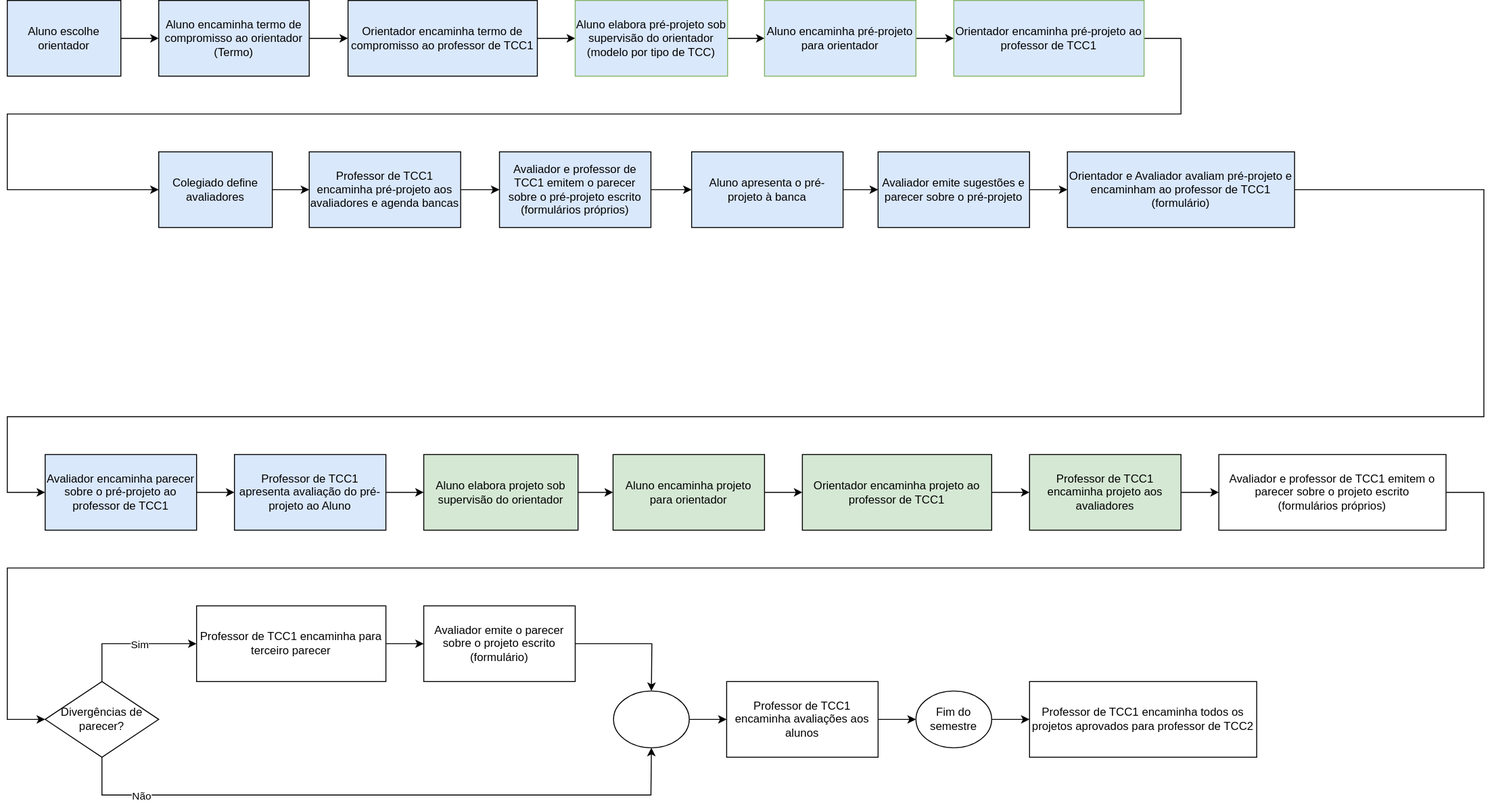
Before: _BCC/Cronogramas/cronogramaFluxograma.drawio.svg, a diagram exported from draw.io (dalton-reis/disciplina_TCC1_Privado). Source tidied: cells renumbered, new cells last; positions are measured from the earlier drawing's top-left corner, leaving out a move shared by most shapes.
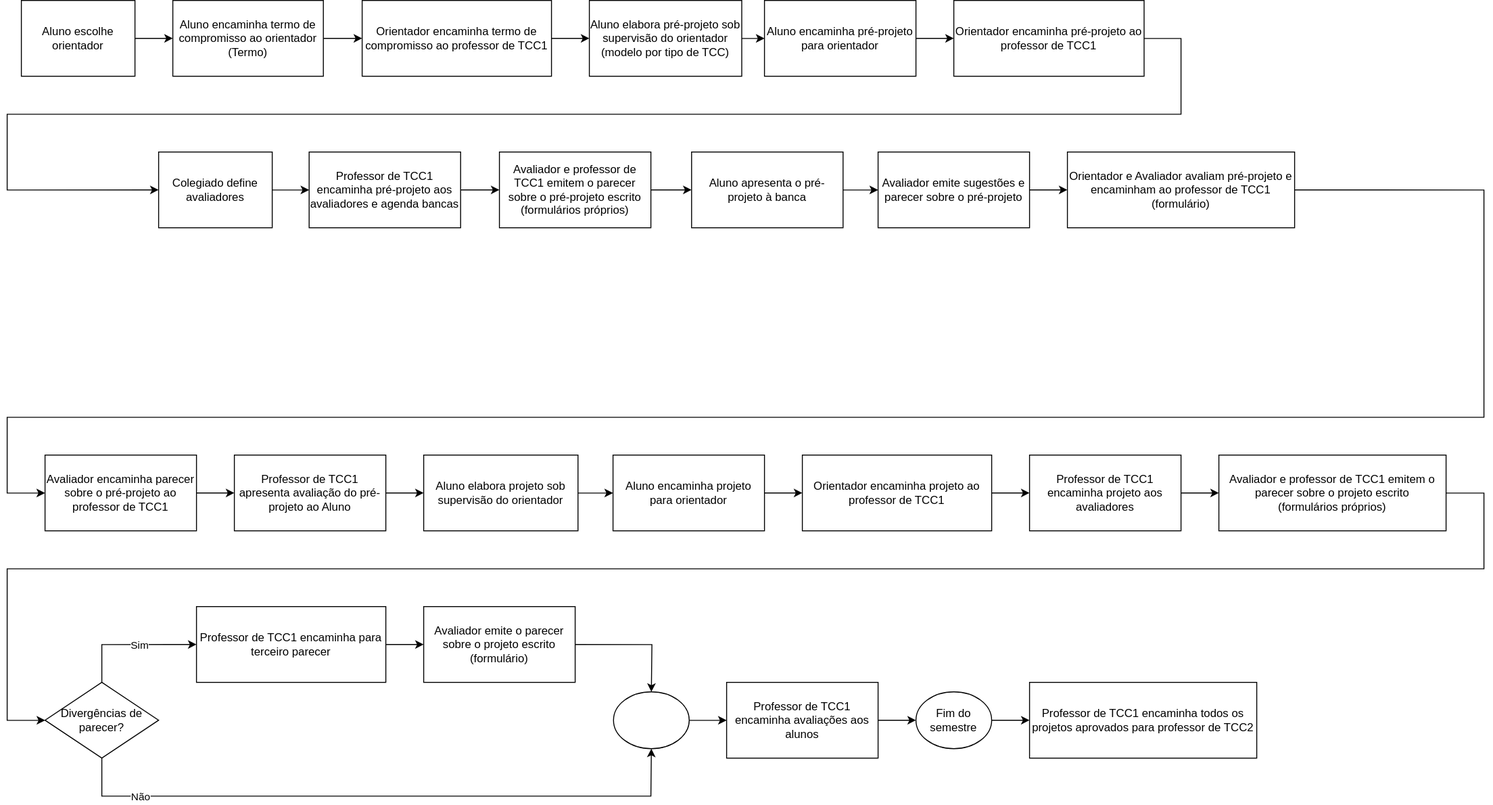
Later version of the same file.

Change to the diagram source:
```diff
@@ -2,34 +2,34 @@
   <root>
     <mxCell id="0" />
     <mxCell id="1" parent="0" />
-    <mxCell id="2" style="edgeStyle=orthogonalEdgeStyle;rounded=0;jettySize=auto;html=1;fillColor=#dae8fc;strokeColor=#000000;fontColor=#000000;" parent="1" edge="1" source="3" target="5">
+    <mxCell id="2" style="edgeStyle=orthogonalEdgeStyle;rounded=0;jettySize=auto;html=1;fontColor=#000000;" parent="1" edge="1" source="3" target="5">
       <mxGeometry relative="1" as="geometry" />
     </mxCell>
-    <mxCell id="3" value="Aluno escolhe orientador" style="whiteSpace=wrap;html=1;fillColor=#DAE8FC;strokeColor=#000000;" parent="1" vertex="1">
-      <mxGeometry width="120" height="80" as="geometry" />
+    <mxCell id="3" value="Aluno escolhe orientador" style="whiteSpace=wrap;html=1;" parent="1" vertex="1">
+      <mxGeometry x="15" width="120" height="80" as="geometry" />
     </mxCell>
-    <mxCell id="4" style="edgeStyle=orthogonalEdgeStyle;rounded=0;jettySize=auto;html=1;fillColor=#dae8fc;strokeColor=#000000;fontColor=#000000;" parent="1" edge="1" source="5" target="7">
+    <mxCell id="4" style="edgeStyle=orthogonalEdgeStyle;rounded=0;jettySize=auto;html=1;fontColor=#000000;" parent="1" edge="1" source="5" target="7">
       <mxGeometry relative="1" as="geometry" />
     </mxCell>
-    <mxCell id="5" value="Aluno encaminha termo de compromisso ao orientador&lt;br&gt;(Termo)" style="whiteSpace=wrap;html=1;fillColor=#DAE8FC;strokeColor=#000000;" parent="1" vertex="1">
-      <mxGeometry x="160" width="159" height="80" as="geometry" />
+    <mxCell id="5" value="Aluno encaminha termo de compromisso ao orientador&lt;br&gt;(Termo)" style="whiteSpace=wrap;html=1;" parent="1" vertex="1">
+      <mxGeometry x="175" width="159" height="80" as="geometry" />
     </mxCell>
-    <mxCell id="6" style="edgeStyle=orthogonalEdgeStyle;rounded=0;jettySize=auto;html=1;fillColor=#dae8fc;strokeColor=#000000;fontColor=#000000;" parent="1" edge="1" source="7" target="9">
+    <mxCell id="6" style="edgeStyle=orthogonalEdgeStyle;rounded=0;jettySize=auto;html=1;fontColor=#000000;" parent="1" edge="1" source="7" target="9">
       <mxGeometry relative="1" as="geometry" />
     </mxCell>
-    <mxCell id="7" value="Orientador encaminha termo de compromisso ao professor de TCC1" style="whiteSpace=wrap;html=1;fillColor=#DAE8FC;strokeColor=#000000;" parent="1" vertex="1">
-      <mxGeometry x="360" width="200" height="80" as="geometry" />
+    <mxCell id="7" value="Orientador encaminha termo de compromisso ao professor de TCC1" style="whiteSpace=wrap;html=1;" parent="1" vertex="1">
+      <mxGeometry x="375" width="200" height="80" as="geometry" />
     </mxCell>
-    <mxCell id="8" style="edgeStyle=orthogonalEdgeStyle;rounded=0;jettySize=auto;html=1;strokeColor=#000000;fontColor=#000000;fillColor=#dae8fc;" parent="1" edge="1" source="9" target="11">
+    <mxCell id="8" style="edgeStyle=orthogonalEdgeStyle;rounded=0;jettySize=auto;html=1;fontColor=#000000;" parent="1" edge="1" source="9" target="11">
       <mxGeometry relative="1" as="geometry" />
     </mxCell>
-    <mxCell id="9" value="Aluno elabora pré-projeto sob supervisão do orientador&lt;br&gt;(modelo por tipo de TCC)" style="whiteSpace=wrap;html=1;fillColor=#dae8fc;strokeColor=#82b366;" parent="1" vertex="1">
-      <mxGeometry x="600" width="161" height="80" as="geometry" />
+    <mxCell id="9" value="Aluno elabora pré-projeto sob supervisão do orientador&lt;br&gt;(modelo por tipo de TCC)" style="whiteSpace=wrap;html=1;" parent="1" vertex="1">
+      <mxGeometry x="615" width="161" height="80" as="geometry" />
     </mxCell>
-    <mxCell id="10" style="edgeStyle=orthogonalEdgeStyle;rounded=0;jettySize=auto;html=1;fillColor=#d5e8d4;strokeColor=#000000;fontColor=#000000;" parent="1" edge="1" source="11" target="13">
+    <mxCell id="10" style="edgeStyle=orthogonalEdgeStyle;rounded=0;jettySize=auto;html=1;fontColor=#000000;" parent="1" edge="1" source="11" target="13">
       <mxGeometry relative="1" as="geometry" />
     </mxCell>
-    <mxCell id="11" value="Aluno encaminha pré-projeto para orientador" style="whiteSpace=wrap;html=1;fillColor=#dae8fc;strokeColor=#82b366;" parent="1" vertex="1">
+    <mxCell id="11" value="Aluno encaminha pré-projeto para orientador" style="whiteSpace=wrap;html=1;" parent="1" vertex="1">
       <mxGeometry x="800" width="160" height="80" as="geometry" />
     </mxCell>
     <mxCell id="12" style="edgeStyle=orthogonalEdgeStyle;rounded=0;jettySize=auto;html=1;fontColor=#000000;entryX=0;entryY=0.5;entryDx=0;entryDy=0;" parent="1" edge="1" source="13" target="15">
@@ -42,13 +42,13 @@
         </Array>
       </mxGeometry>
     </mxCell>
-    <mxCell id="13" value="Orientador encaminha pré-projeto ao professor de TCC1" style="whiteSpace=wrap;html=1;fillColor=#dae8fc;strokeColor=#82b366;" parent="1" vertex="1">
+    <mxCell id="13" value="Orientador encaminha pré-projeto ao professor de TCC1" style="whiteSpace=wrap;html=1;" parent="1" vertex="1">
       <mxGeometry x="1000" width="201" height="80" as="geometry" />
     </mxCell>
-    <mxCell id="14" style="edgeStyle=orthogonalEdgeStyle;rounded=0;jettySize=auto;html=1;fillColor=#d5e8d4;strokeColor=default;fontColor=#000000;" parent="1" edge="1" source="15" target="18">
+    <mxCell id="14" style="edgeStyle=orthogonalEdgeStyle;rounded=0;jettySize=auto;html=1;fontColor=#000000;" parent="1" edge="1" source="15" target="18">
       <mxGeometry relative="1" as="geometry" />
     </mxCell>
-    <mxCell id="15" value="Colegiado define avaliadores" style="whiteSpace=wrap;html=1;fillColor=#dae8fc;strokeColor=default;fontColor=#000000;" parent="1" vertex="1">
+    <mxCell id="15" value="Colegiado define avaliadores" style="whiteSpace=wrap;html=1;" parent="1" vertex="1">
       <mxGeometry x="160" y="160" width="120" height="80" as="geometry" />
     </mxCell>
     <mxCell id="16" style="edgeStyle=orthogonalEdgeStyle;rounded=0;jettySize=auto;html=1;exitX=1;exitY=0.5;exitDx=0;exitDy=0;fontColor=#000000;" parent="1" edge="1" source="27" target="20">
@@ -57,22 +57,22 @@
     <mxCell id="17" style="edgeStyle=orthogonalEdgeStyle;rounded=0;jettySize=auto;html=1;fontColor=#000000;" parent="1" edge="1" source="18" target="27">
       <mxGeometry relative="1" as="geometry" />
     </mxCell>
-    <mxCell id="18" value="Professor de TCC1 encaminha pré-projeto aos avaliadores e agenda bancas" style="whiteSpace=wrap;html=1;fillColor=#dae8fc;strokeColor=default;fontColor=#000000;" parent="1" vertex="1">
+    <mxCell id="18" value="Professor de TCC1 encaminha pré-projeto aos avaliadores e agenda bancas" style="whiteSpace=wrap;html=1;" parent="1" vertex="1">
       <mxGeometry x="319" y="160" width="160" height="80" as="geometry" />
     </mxCell>
     <mxCell id="19" style="edgeStyle=orthogonalEdgeStyle;rounded=0;jettySize=auto;html=1;fontColor=#000000;" parent="1" edge="1" source="20" target="22">
       <mxGeometry relative="1" as="geometry" />
     </mxCell>
-    <mxCell id="20" value="Aluno apresenta o pré-projeto à banca" style="whiteSpace=wrap;html=1;fillColor=#dae8fc;strokeColor=default;fontColor=#000000;" parent="1" vertex="1">
+    <mxCell id="20" value="Aluno apresenta o pré-projeto à banca" style="whiteSpace=wrap;html=1;" parent="1" vertex="1">
       <mxGeometry x="723" y="160" width="160" height="80" as="geometry" />
     </mxCell>
     <mxCell id="21" style="edgeStyle=orthogonalEdgeStyle;rounded=0;jettySize=auto;html=1;fontColor=#000000;" parent="1" edge="1" source="22" target="23">
       <mxGeometry relative="1" as="geometry" />
     </mxCell>
-    <mxCell id="22" value="Avaliador emite sugestões e parecer sobre o pré-projeto" style="whiteSpace=wrap;html=1;fillColor=#dae8fc;strokeColor=default;fontColor=#000000;" parent="1" vertex="1">
+    <mxCell id="22" value="Avaliador emite sugestões e parecer sobre o pré-projeto" style="whiteSpace=wrap;html=1;" parent="1" vertex="1">
       <mxGeometry x="920" y="160" width="160" height="80" as="geometry" />
     </mxCell>
-    <mxCell id="23" value="Orientador e Avaliador avaliam pré-projeto e encaminham ao professor de TCC1&lt;br&gt;(formulário)" style="whiteSpace=wrap;html=1;fillColor=#dae8fc;strokeColor=default;fontColor=#000000;" parent="1" vertex="1">
+    <mxCell id="23" value="Orientador e Avaliador avaliam pré-projeto e encaminham ao professor de TCC1&lt;br&gt;(formulário)" style="whiteSpace=wrap;html=1;" parent="1" vertex="1">
       <mxGeometry x="1120" y="160" width="240" height="80" as="geometry" />
     </mxCell>
     <mxCell id="24" style="edgeStyle=orthogonalEdgeStyle;rounded=0;jettySize=auto;html=1;fontColor=#000000;exitX=1;exitY=0.5;exitDx=0;exitDy=0;" parent="1" edge="1" source="23" target="26">
@@ -88,40 +88,40 @@
     <mxCell id="25" style="edgeStyle=orthogonalEdgeStyle;rounded=0;jettySize=auto;html=1;fontColor=#000000;" parent="1" edge="1" source="26" target="29">
       <mxGeometry relative="1" as="geometry" />
     </mxCell>
-    <mxCell id="26" value="Avaliador encaminha parecer sobre o pré-projeto ao professor de TCC1" style="whiteSpace=wrap;html=1;fillColor=#dae8fc;strokeColor=default;fontColor=#000000;" parent="1" vertex="1">
+    <mxCell id="26" value="Avaliador encaminha parecer sobre o pré-projeto ao professor de TCC1" style="whiteSpace=wrap;html=1;" parent="1" vertex="1">
       <mxGeometry x="40" y="480" width="160" height="80" as="geometry" />
     </mxCell>
-    <mxCell id="27" value="Avaliador e professor de TCC1 emitem o parecer sobre o pré-projeto escrito&lt;br&gt;(formulários próprios)" style="whiteSpace=wrap;html=1;fillColor=#dae8fc;strokeColor=default;fontColor=#000000;" parent="1" vertex="1">
+    <mxCell id="27" value="Avaliador e professor de TCC1 emitem o parecer sobre o pré-projeto escrito&lt;br&gt;(formulários próprios)" style="whiteSpace=wrap;html=1;" parent="1" vertex="1">
       <mxGeometry x="520" y="160" width="160" height="80" as="geometry" />
     </mxCell>
     <mxCell id="28" style="edgeStyle=orthogonalEdgeStyle;rounded=0;jettySize=auto;html=1;fontColor=#000000;" parent="1" edge="1" source="29" target="31">
       <mxGeometry relative="1" as="geometry" />
     </mxCell>
-    <mxCell id="29" value="Professor de TCC1 apresenta avaliação do pré-projeto ao Aluno" style="whiteSpace=wrap;html=1;fillColor=#dae8fc;strokeColor=default;fontColor=#000000;" parent="1" vertex="1">
+    <mxCell id="29" value="Professor de TCC1 apresenta avaliação do pré-projeto ao Aluno" style="whiteSpace=wrap;html=1;" parent="1" vertex="1">
       <mxGeometry x="240" y="480" width="160" height="80" as="geometry" />
     </mxCell>
     <mxCell id="30" style="edgeStyle=orthogonalEdgeStyle;rounded=0;jettySize=auto;html=1;fontColor=#000000;" parent="1" edge="1" source="31" target="33">
       <mxGeometry relative="1" as="geometry" />
     </mxCell>
-    <mxCell id="31" value="Aluno elabora projeto sob supervisão do orientador" style="whiteSpace=wrap;html=1;fontColor=#000000;fillColor=#d5e8d4;" parent="1" vertex="1">
+    <mxCell id="31" value="Aluno elabora projeto sob supervisão do orientador" style="whiteSpace=wrap;html=1;" parent="1" vertex="1">
       <mxGeometry x="440" y="480" width="163" height="80" as="geometry" />
     </mxCell>
     <mxCell id="32" style="edgeStyle=orthogonalEdgeStyle;rounded=0;jettySize=auto;html=1;fontColor=#000000;" parent="1" edge="1" source="33" target="35">
       <mxGeometry relative="1" as="geometry" />
     </mxCell>
-    <mxCell id="33" value="Aluno encaminha projeto para orientador" style="whiteSpace=wrap;html=1;fontColor=#000000;fillColor=#d5e8d4;" parent="1" vertex="1">
+    <mxCell id="33" value="Aluno encaminha projeto para orientador" style="whiteSpace=wrap;html=1;" parent="1" vertex="1">
       <mxGeometry x="640" y="480" width="160" height="80" as="geometry" />
     </mxCell>
     <mxCell id="34" style="edgeStyle=orthogonalEdgeStyle;rounded=0;jettySize=auto;html=1;fontColor=#000000;" parent="1" edge="1" source="35" target="37">
       <mxGeometry relative="1" as="geometry" />
     </mxCell>
-    <mxCell id="35" value="Orientador encaminha projeto ao professor de TCC1" style="whiteSpace=wrap;html=1;fontColor=#000000;fillColor=#d5e8d4;" parent="1" vertex="1">
+    <mxCell id="35" value="Orientador encaminha projeto ao professor de TCC1" style="whiteSpace=wrap;html=1;" parent="1" vertex="1">
       <mxGeometry x="840" y="480" width="200" height="80" as="geometry" />
     </mxCell>
     <mxCell id="36" style="edgeStyle=orthogonalEdgeStyle;rounded=0;jettySize=auto;html=1;fontColor=#000000;" parent="1" edge="1" source="37" target="39">
       <mxGeometry relative="1" as="geometry" />
     </mxCell>
-    <mxCell id="37" value="Professor de TCC1 encaminha projeto aos avaliadores" style="whiteSpace=wrap;html=1;fontColor=#000000;fillColor=#d5e8d4;" parent="1" vertex="1">
+    <mxCell id="37" value="Professor de TCC1 encaminha projeto aos avaliadores" style="whiteSpace=wrap;html=1;" parent="1" vertex="1">
       <mxGeometry x="1080" y="480" width="160" height="80" as="geometry" />
     </mxCell>
     <mxCell id="38" style="edgeStyle=orthogonalEdgeStyle;rounded=0;jettySize=auto;html=1;fontColor=#000000;" parent="1" edge="1" source="39" target="44">
@@ -134,7 +134,7 @@
         </Array>
       </mxGeometry>
     </mxCell>
-    <mxCell id="39" value="Avaliador e professor de TCC1 emitem o parecer sobre o projeto escrito&lt;br&gt;(formulários próprios)" style="whiteSpace=wrap;html=1;fontColor=#000000;" parent="1" vertex="1">
+    <mxCell id="39" value="Avaliador e professor de TCC1 emitem o parecer sobre o projeto escrito&lt;br&gt;(formulários próprios)" style="whiteSpace=wrap;html=1;" parent="1" vertex="1">
       <mxGeometry x="1280" y="480" width="240" height="80" as="geometry" />
     </mxCell>
     <mxCell id="40" style="edgeStyle=orthogonalEdgeStyle;rounded=0;jettySize=auto;html=1;exitX=0.5;exitY=0;exitDx=0;exitDy=0;entryX=0;entryY=0.5;entryDx=0;entryDy=0;fontColor=#000000;" parent="1" edge="1" source="44" target="46">
```
